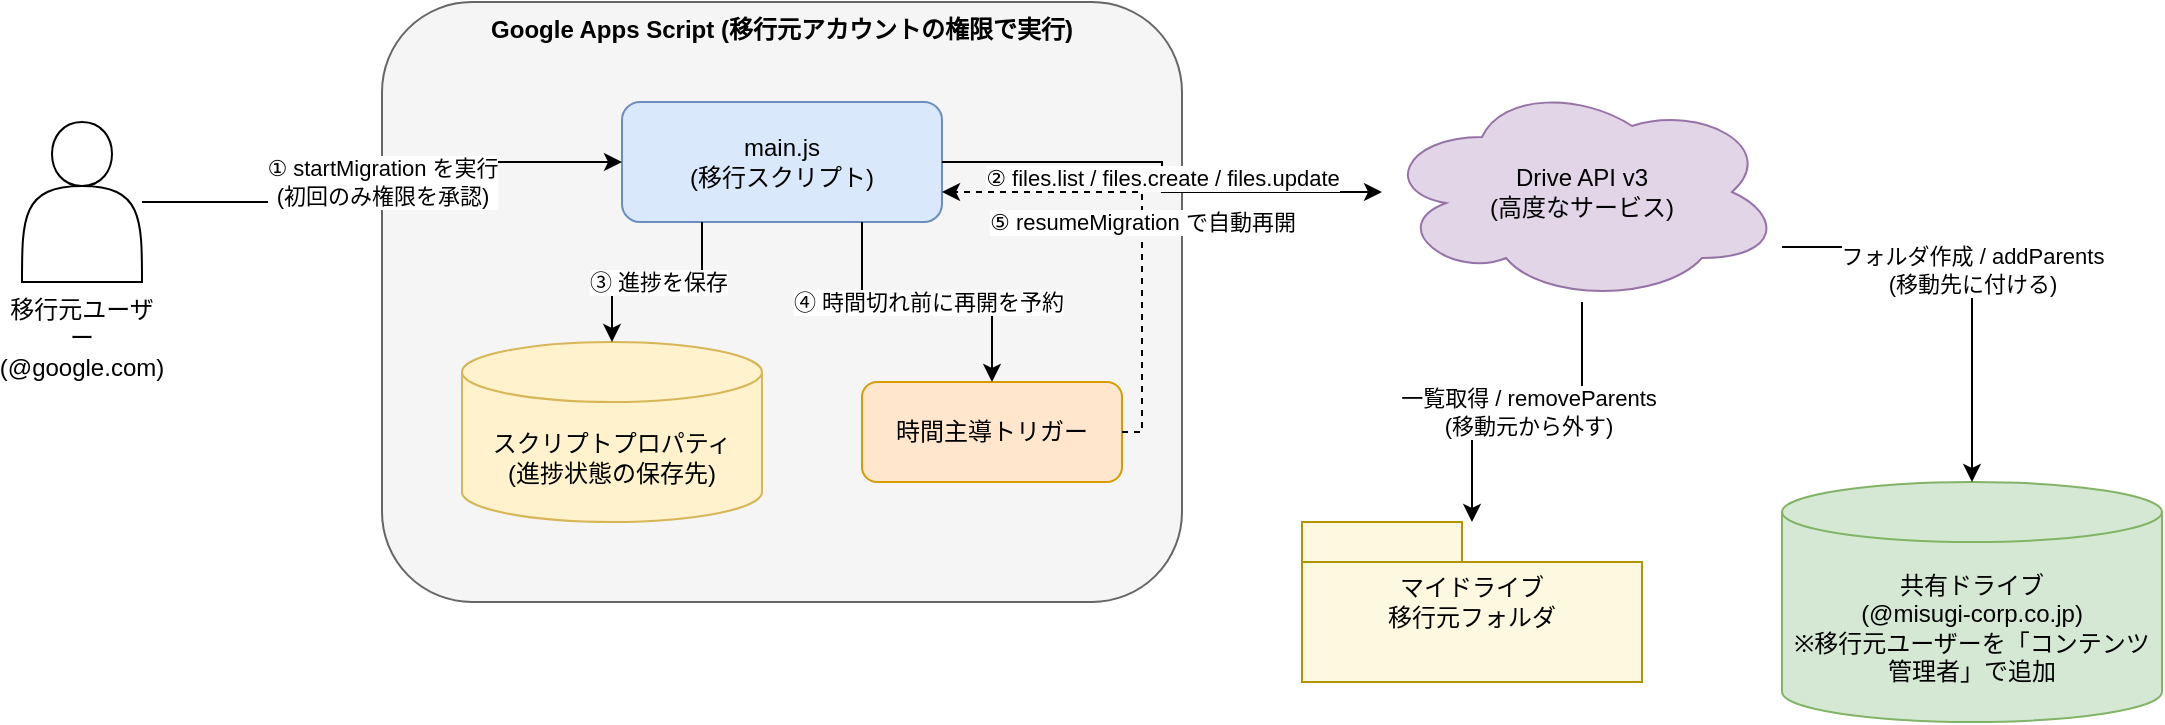
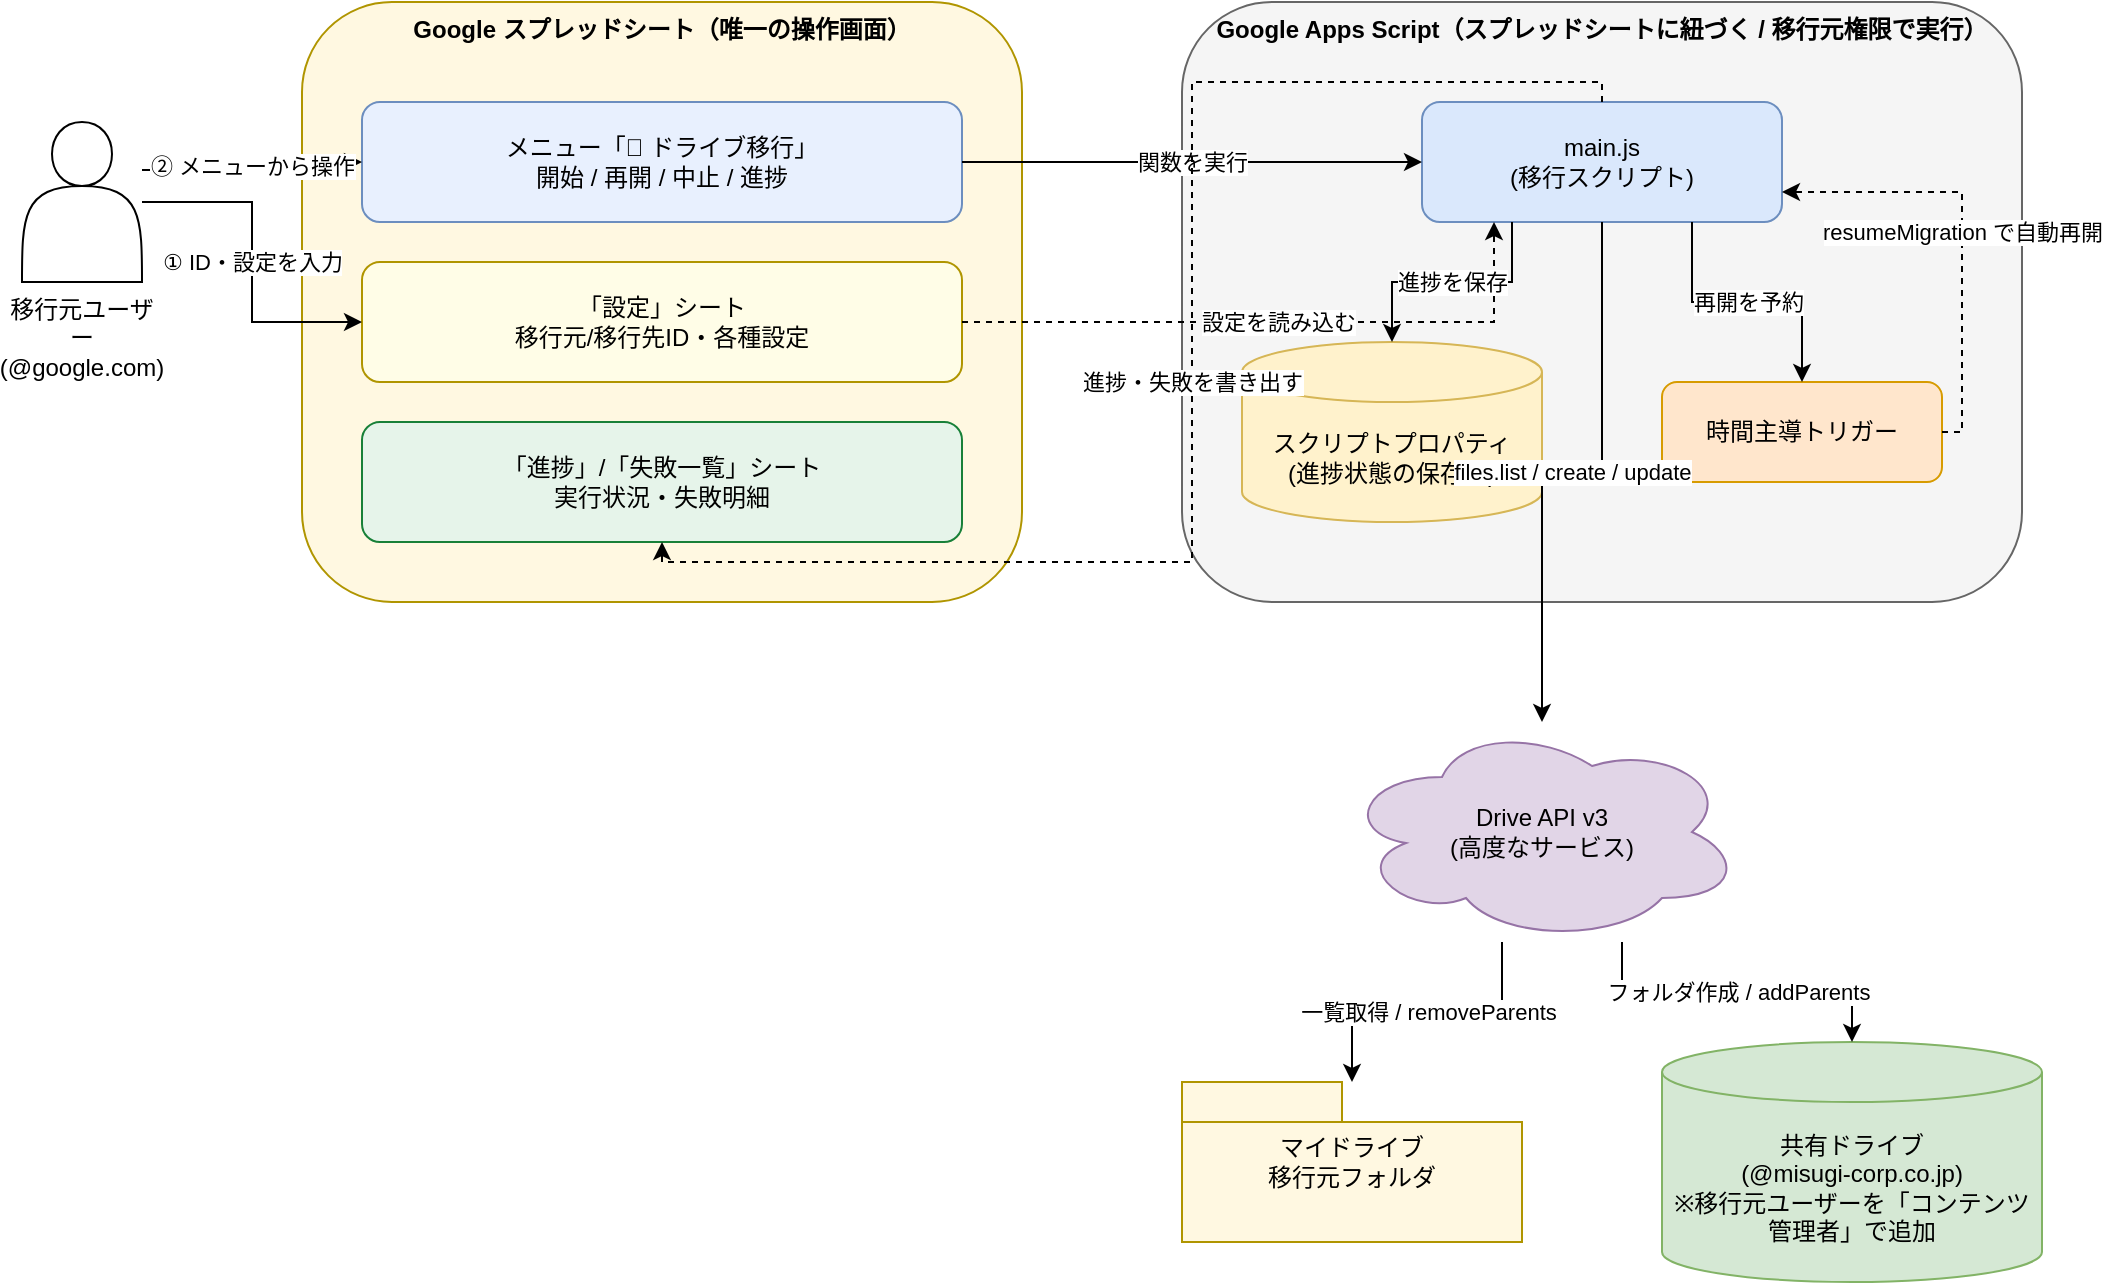
<mxfile host="app.diagrams.net" type="device">
  <diagram id="gas-migration-architecture" name="architecture">
-     <mxGraphModel dx="1422" dy="800" grid="1" gridSize="10" guides="1" tooltips="1" connect="1" arrows="1" fold="1" page="1" pageScale="1" pageWidth="1169" pageHeight="826" math="0" shadow="0">
+     <mxGraphModel dx="1422" dy="800" grid="1" gridSize="10" guides="1" tooltips="1" connect="1" arrows="1" fold="1" page="1" pageScale="1" pageWidth="1400" pageHeight="900" math="0" shadow="0">
      <root>
        <mxCell id="0" />
        <mxCell id="1" parent="0" />
-         <mxCell id="gasBox" value="Google Apps Script (移行元アカウントの権限で実行)" style="rounded=1;whiteSpace=wrap;html=1;verticalAlign=top;fillColor=#F5F5F5;strokeColor=#666666;fontStyle=1" vertex="1" parent="1">
-           <mxGeometry x="240" y="60" width="400" height="300" as="geometry" />
+         <mxCell id="user" value="移行元ユーザー&#10;(@google.com)" style="shape=actor;whiteSpace=wrap;html=1;verticalLabelPosition=bottom;verticalAlign=top" vertex="1" parent="1">
+           <mxGeometry x="40" y="120" width="60" height="80" as="geometry" />
        </mxCell>
-         <mxCell id="user" value="移行元ユーザー&#10;(@google.com)" style="shape=actor;whiteSpace=wrap;html=1;verticalLabelPosition=bottom;verticalAlign=top" vertex="1" parent="1">
-           <mxGeometry x="60" y="120" width="60" height="80" as="geometry" />
+         <mxCell id="ssBox" value="Google スプレッドシート（唯一の操作画面）" style="rounded=1;whiteSpace=wrap;html=1;verticalAlign=top;fillColor=#FFF8E1;strokeColor=#B09500;fontStyle=1" vertex="1" parent="1">
+           <mxGeometry x="180" y="60" width="360" height="300" as="geometry" />
+         </mxCell>
+         <mxCell id="menu" value="メニュー「📁 ドライブ移行」&#10;開始 / 再開 / 中止 / 進捗" style="rounded=1;whiteSpace=wrap;html=1;fillColor=#E8F0FE;strokeColor=#6C8EBF" vertex="1" parent="1">
+           <mxGeometry x="210" y="110" width="300" height="60" as="geometry" />
+         </mxCell>
+         <mxCell id="settings" value="「設定」シート&#10;移行元/移行先ID・各種設定" style="rounded=1;whiteSpace=wrap;html=1;fillColor=#FFFDE7;strokeColor=#B09500" vertex="1" parent="1">
+           <mxGeometry x="210" y="190" width="300" height="60" as="geometry" />
+         </mxCell>
+         <mxCell id="statusSheet" value="「進捗」/「失敗一覧」シート&#10;実行状況・失敗明細" style="rounded=1;whiteSpace=wrap;html=1;fillColor=#E6F4EA;strokeColor=#188038" vertex="1" parent="1">
+           <mxGeometry x="210" y="270" width="300" height="60" as="geometry" />
+         </mxCell>
+         <mxCell id="gasBox" value="Google Apps Script（スプレッドシートに紐づく / 移行元権限で実行）" style="rounded=1;whiteSpace=wrap;html=1;verticalAlign=top;fillColor=#F5F5F5;strokeColor=#666666;fontStyle=1" vertex="1" parent="1">
+           <mxGeometry x="620" y="60" width="420" height="300" as="geometry" />
        </mxCell>
        <mxCell id="mainjs" value="main.js&#10;(移行スクリプト)" style="rounded=1;whiteSpace=wrap;html=1;fillColor=#DAE8FC;strokeColor=#6C8EBF" vertex="1" parent="1">
-           <mxGeometry x="360" y="110" width="160" height="60" as="geometry" />
+           <mxGeometry x="740" y="110" width="180" height="60" as="geometry" />
        </mxCell>
        <mxCell id="props" value="スクリプトプロパティ&#10;(進捗状態の保存先)" style="shape=cylinder3;whiteSpace=wrap;html=1;boundedLbl=1;backgroundOutline=1;size=15;fillColor=#FFF2CC;strokeColor=#D6B656" vertex="1" parent="1">
-           <mxGeometry x="280" y="230" width="150" height="90" as="geometry" />
+           <mxGeometry x="650" y="230" width="150" height="90" as="geometry" />
        </mxCell>
        <mxCell id="trigger" value="時間主導トリガー" style="rounded=1;whiteSpace=wrap;html=1;fillColor=#FFE6CC;strokeColor=#D79B00" vertex="1" parent="1">
-           <mxGeometry x="480" y="250" width="130" height="50" as="geometry" />
+           <mxGeometry x="860" y="250" width="140" height="50" as="geometry" />
        </mxCell>
        <mxCell id="api" value="Drive API v3&#10;(高度なサービス)" style="shape=cloud;whiteSpace=wrap;html=1;fillColor=#E1D5E7;strokeColor=#9673A6" vertex="1" parent="1">
-           <mxGeometry x="740" y="100" width="200" height="110" as="geometry" />
+           <mxGeometry x="700" y="420" width="200" height="110" as="geometry" />
        </mxCell>
        <mxCell id="mydrive" value="マイドライブ&#10;移行元フォルダ" style="shape=folder;whiteSpace=wrap;html=1;tabWidth=80;tabHeight=20;tabPosition=left;fillColor=#FFF8E1;strokeColor=#B09500" vertex="1" parent="1">
-           <mxGeometry x="700" y="320" width="170" height="80" as="geometry" />
+           <mxGeometry x="620" y="600" width="170" height="80" as="geometry" />
        </mxCell>
        <mxCell id="shareddrive" value="共有ドライブ&#10;(@misugi-corp.co.jp)&#10;※移行元ユーザーを「コンテンツ管理者」で追加" style="shape=cylinder3;whiteSpace=wrap;html=1;boundedLbl=1;backgroundOutline=1;size=15;fillColor=#D5E8D4;strokeColor=#82B366" vertex="1" parent="1">
-           <mxGeometry x="940" y="300" width="190" height="120" as="geometry" />
+           <mxGeometry x="860" y="580" width="190" height="120" as="geometry" />
        </mxCell>
-         <mxCell id="e1" value="① startMigration を実行&#10;(初回のみ権限を承認)" style="edgeStyle=orthogonalEdgeStyle;rounded=0;html=1;exitX=1;exitY=0.5;entryX=0;entryY=0.5" edge="1" parent="1" source="user" target="mainjs">
+         <mxCell id="e1" value="① ID・設定を入力" style="edgeStyle=orthogonalEdgeStyle;rounded=0;html=1;exitX=1;exitY=0.5;entryX=0;entryY=0.5" edge="1" parent="1" source="user" target="settings">
          <mxGeometry relative="1" as="geometry" />
        </mxCell>
-         <mxCell id="e2" value="② files.list / files.create / files.update" style="edgeStyle=orthogonalEdgeStyle;rounded=0;html=1;exitX=1;exitY=0.5;entryX=0;entryY=0.5" edge="1" parent="1" source="mainjs" target="api">
+         <mxCell id="e2" value="② メニューから操作" style="edgeStyle=orthogonalEdgeStyle;rounded=0;html=1;exitX=1;exitY=0.3;entryX=0;entryY=0.5" edge="1" parent="1" source="user" target="menu">
          <mxGeometry relative="1" as="geometry" />
        </mxCell>
-         <mxCell id="e3" value="一覧取得 / removeParents&#10;(移動元から外す)" style="edgeStyle=orthogonalEdgeStyle;rounded=0;html=1;exitX=0.5;exitY=1;entryX=0.5;entryY=0" edge="1" parent="1" source="api" target="mydrive">
+         <mxCell id="e3" value="関数を実行" style="edgeStyle=orthogonalEdgeStyle;rounded=0;html=1;exitX=1;exitY=0.5;entryX=0;entryY=0.5" edge="1" parent="1" source="menu" target="mainjs">
          <mxGeometry relative="1" as="geometry" />
        </mxCell>
-         <mxCell id="e4" value="フォルダ作成 / addParents&#10;(移動先に付ける)" style="edgeStyle=orthogonalEdgeStyle;rounded=0;html=1;exitX=1;exitY=0.75;entryX=0.5;entryY=0" edge="1" parent="1" source="api" target="shareddrive">
+         <mxCell id="e4" value="設定を読み込む" style="edgeStyle=orthogonalEdgeStyle;rounded=0;html=1;exitX=1;exitY=0.5;entryX=0.2;entryY=1;dashed=1" edge="1" parent="1" source="settings" target="mainjs">
          <mxGeometry relative="1" as="geometry" />
        </mxCell>
-         <mxCell id="e5" value="③ 進捗を保存" style="edgeStyle=orthogonalEdgeStyle;rounded=0;html=1;exitX=0.25;exitY=1;entryX=0.5;entryY=0" edge="1" parent="1" source="mainjs" target="props">
+         <mxCell id="e5" value="進捗・失敗を書き出す" style="edgeStyle=orthogonalEdgeStyle;rounded=0;html=1;exitX=0.5;exitY=0;entryX=0.5;entryY=1;dashed=1" edge="1" parent="1" source="mainjs" target="statusSheet">
          <mxGeometry relative="1" as="geometry" />
        </mxCell>
-         <mxCell id="e6" value="④ 時間切れ前に再開を予約" style="edgeStyle=orthogonalEdgeStyle;rounded=0;html=1;exitX=0.75;exitY=1;entryX=0.5;entryY=0" edge="1" parent="1" source="mainjs" target="trigger">
+         <mxCell id="e6" value="進捗を保存" style="edgeStyle=orthogonalEdgeStyle;rounded=0;html=1;exitX=0.25;exitY=1;entryX=0.5;entryY=0" edge="1" parent="1" source="mainjs" target="props">
          <mxGeometry relative="1" as="geometry" />
        </mxCell>
-         <mxCell id="e7" value="⑤ resumeMigration で自動再開" style="edgeStyle=orthogonalEdgeStyle;rounded=0;html=1;curved=0;exitX=1;exitY=0.5;entryX=1;entryY=0.75;dashed=1" edge="1" parent="1" source="trigger" target="mainjs">
+         <mxCell id="e7" value="再開を予約" style="edgeStyle=orthogonalEdgeStyle;rounded=0;html=1;exitX=0.75;exitY=1;entryX=0.5;entryY=0" edge="1" parent="1" source="mainjs" target="trigger">
+           <mxGeometry relative="1" as="geometry" />
+         </mxCell>
+         <mxCell id="e8" value="resumeMigration で自動再開" style="edgeStyle=orthogonalEdgeStyle;rounded=0;html=1;exitX=1;exitY=0.5;entryX=1;entryY=0.75;dashed=1" edge="1" parent="1" source="trigger" target="mainjs">
+           <mxGeometry relative="1" as="geometry" />
+         </mxCell>
+         <mxCell id="e9" value="files.list / create / update" style="edgeStyle=orthogonalEdgeStyle;rounded=0;html=1;exitX=0.5;exitY=1;entryX=0.5;entryY=0" edge="1" parent="1" source="mainjs" target="api">
+           <mxGeometry relative="1" as="geometry" />
+         </mxCell>
+         <mxCell id="e10" value="一覧取得 / removeParents" style="edgeStyle=orthogonalEdgeStyle;rounded=0;html=1;exitX=0.4;exitY=1;entryX=0.5;entryY=0" edge="1" parent="1" source="api" target="mydrive">
+           <mxGeometry relative="1" as="geometry" />
+         </mxCell>
+         <mxCell id="e11" value="フォルダ作成 / addParents" style="edgeStyle=orthogonalEdgeStyle;rounded=0;html=1;exitX=0.7;exitY=1;entryX=0.5;entryY=0" edge="1" parent="1" source="api" target="shareddrive">
          <mxGeometry relative="1" as="geometry" />
        </mxCell>
      </root>
    </mxGraphModel>
  </diagram>
</mxfile>
